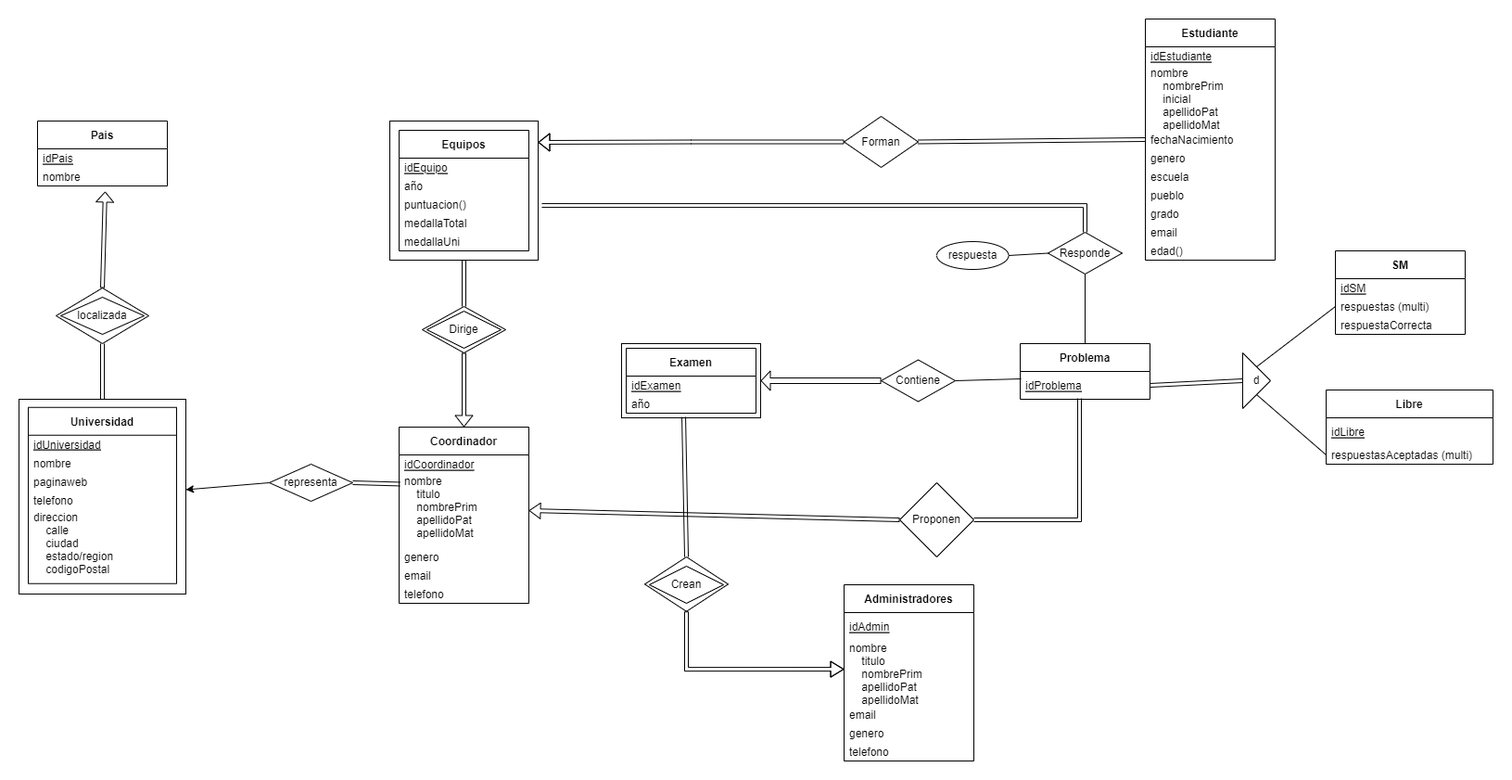
Before: Theoretical Groundwork/Entity Relationship Diagram.png, a diagram exported from draw.io (drivera23/comp4018_comateq). Source tidied: cells renumbered, new cells last; positions are measured from the earlier drawing's top-left corner, leaving out a move shared by most shapes.
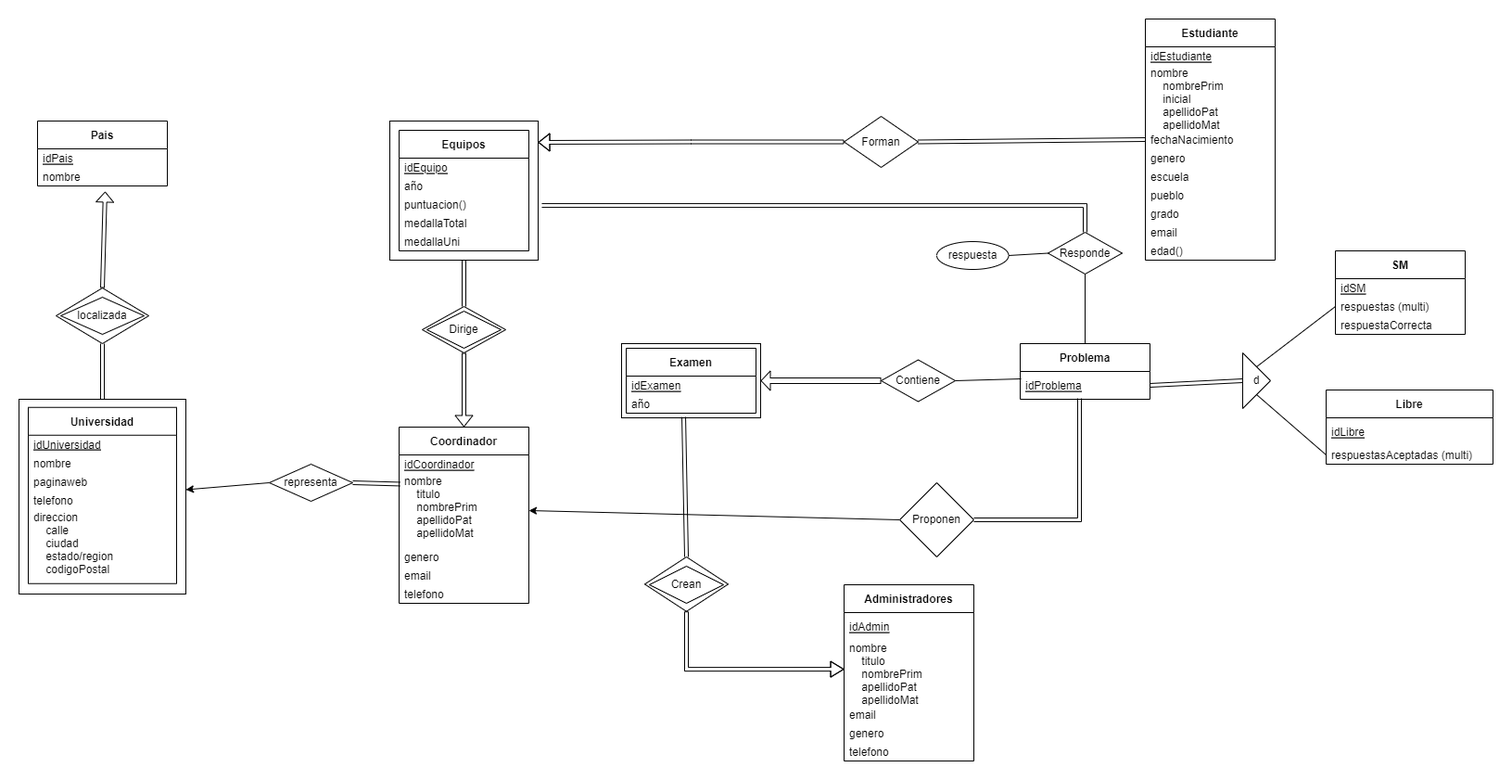
Later version of the same file.

Commit message:
Update E/R and Relational Diagrams

What changed in the source:
```diff
@@ -172,7 +172,7 @@
     <mxCell id="57" value="Contiene" style="rhombus;whiteSpace=wrap;html=1;" parent="1" vertex="1">
       <mxGeometry x="930" y="367.5" width="80" height="45" as="geometry" />
     </mxCell>
-    <mxCell id="58" style="rounded=0;jettySize=auto;html=1;exitX=0;exitY=0.5;exitDx=0;exitDy=0;shape=flexArrow;width=4;endSize=3.67;endWidth=12;entryX=1;entryY=0.5;entryDx=0;entryDy=0;" parent="1" edge="1" source="59" target="30">
+    <mxCell id="58" style="rounded=0;jettySize=auto;html=1;exitX=0;exitY=0.5;exitDx=0;exitDy=0;endWidth=12;entryX=1;entryY=0.5;entryDx=0;entryDy=0;" parent="1" edge="1" source="59" target="30">
       <mxGeometry relative="1" as="geometry" />
     </mxCell>
     <mxCell id="59" value="Proponen" style="rhombus;whiteSpace=wrap;html=1;" parent="1" vertex="1">
```
